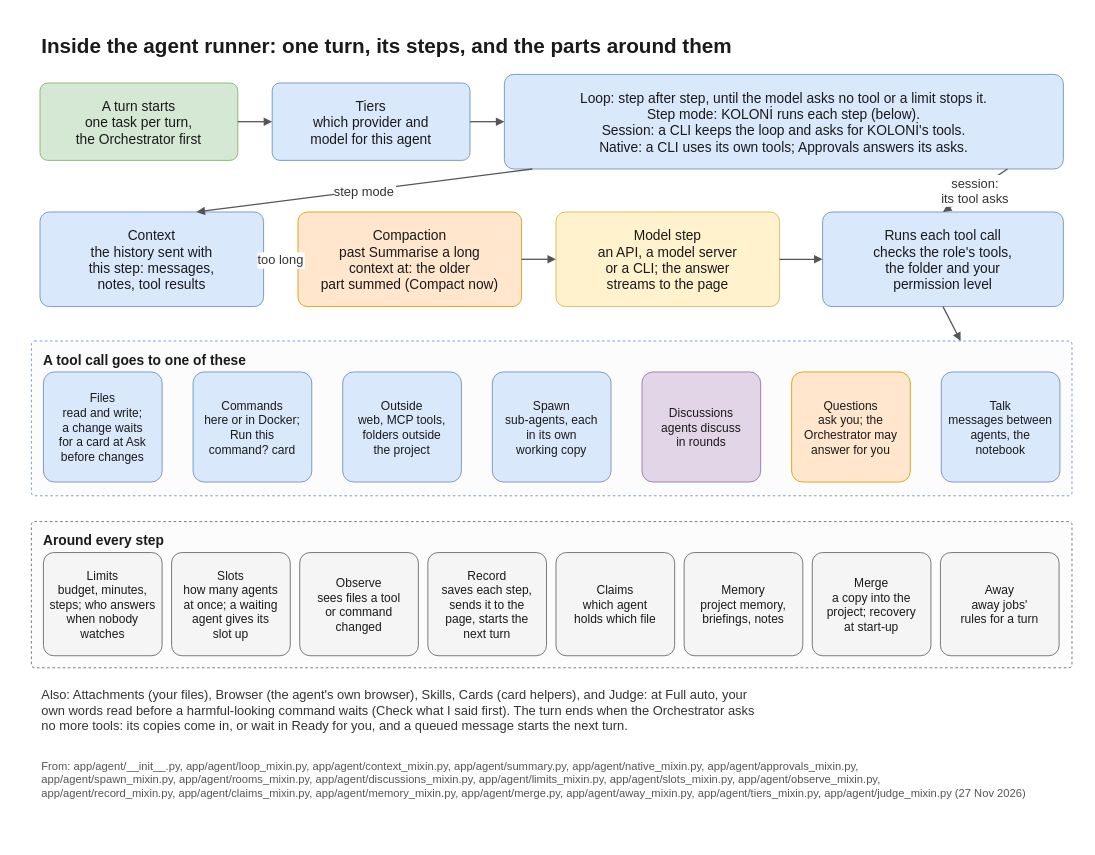
Above: docs/diagrams/runner.drawio in flyingriverhorse/Koloni (draw.io), before the change. Source tidied: cells renumbered, new cells numbered last; positions are measured from the earlier drawing's top-left corner, leaving out a move shared by most shapes. Both pictures are drawn from the tidied source at 86%, with x=0, y=0 at pixel (14, 14).
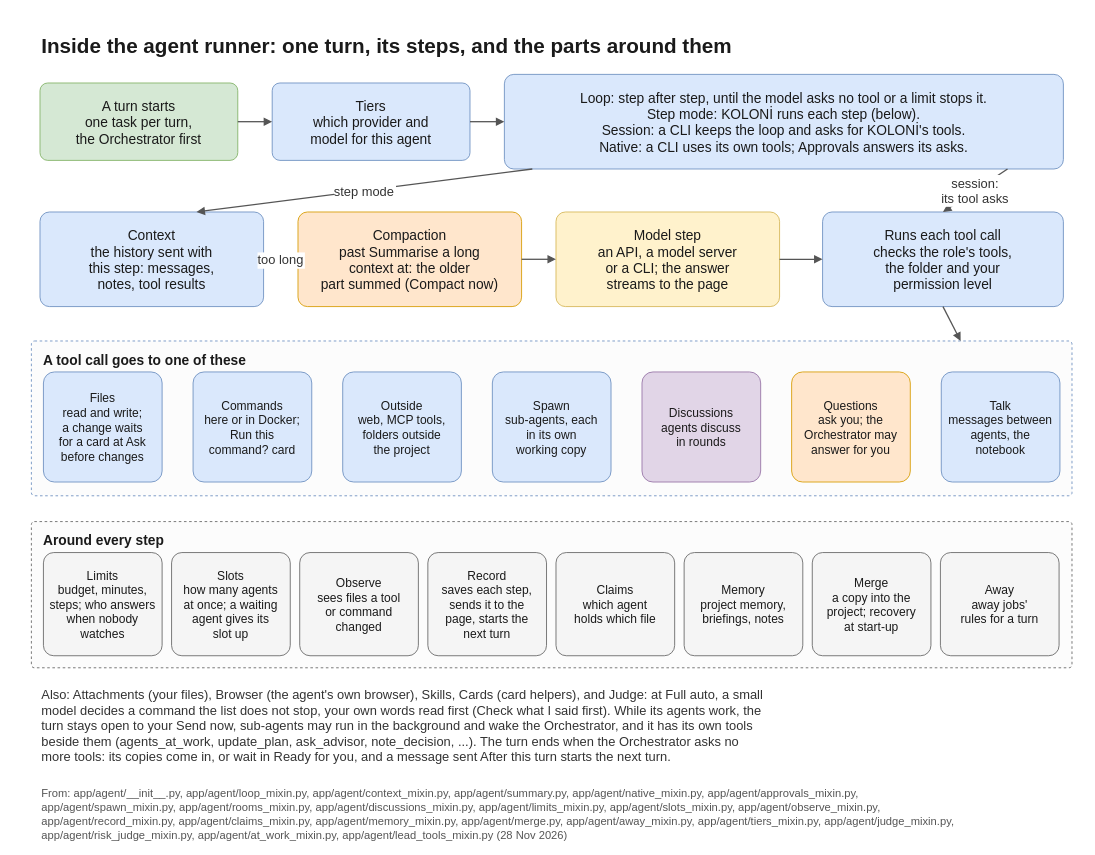
After the change.

What changed in the source:
```diff
@@
     <mxCell id="2" style="rounded=0;fillColor=#ffffff;strokeColor=none;" parent="1" vertex="1">
-      <mxGeometry width="1240" height="906" as="geometry" />
+      <mxGeometry width="1240" height="960" as="geometry" />
     </mxCell>
@@
-    <mxCell id="36" value="Also: Attachments (your files), Browser (the agent's own browser), Skills, Cards (card helpers), and Judge: at Full auto, your&#10;own words read before a harmful-looking command waits (Check what I said first). The turn ends when the Orchestrator asks&#10;no more tools: its copies come in, or wait in Ready for you, and a queued message starts the next turn." style="text;strokeColor=none;fillColor=none;fontFamily=Helvetica;fontColor=#333333;fontSize=15;align=left;verticalAlign=top;" parent="1" vertex="1">
-      <mxGeometry x="30" y="776" width="1190" height="66" as="geometry" />
+    <mxCell id="36" value="Also: Attachments (your files), Browser (the agent's own browser), Skills, Cards (card helpers), and Judge: at Full auto, a small&#10;model decides a command the list does not stop, your own words read first (Check what I said first). While its agents work, the&#10;turn stays open to your Send now, sub-agents may run in the background and wake the Orchestrator, and it has its own tools&#10;beside them (agents_at_work, update_plan, ask_advisor, note_decision, ...). The turn ends when the Orchestrator asks no&#10;more tools: its copies come in, or wait in Ready for you, and a message sent After this turn starts the next turn." style="text;strokeColor=none;fillColor=none;fontFamily=Helvetica;fontColor=#333333;fontSize=15;align=left;verticalAlign=top;" parent="1" vertex="1">
+      <mxGeometry x="30" y="776" width="1190" height="100" as="geometry" />
     </mxCell>
-    <mxCell id="37" value="From: app/agent/__init__.py, app/agent/loop_mixin.py, app/agent/context_mixin.py, app/agent/summary.py, app/agent/native_mixin.py, app/agent/approvals_mixin.py,&#10;app/agent/spawn_mixin.py, app/agent/rooms_mixin.py, app/agent/discussions_mixin.py, app/agent/limits_mixin.py, app/agent/slots_mixin.py, app/agent/observe_mixin.py,&#10;app/agent/record_mixin.py, app/agent/claims_mixin.py, app/agent/memory_mixin.py, app/agent/merge.py, app/agent/away_mixin.py, app/agent/tiers_mixin.py, app/agent/judge_mixin.py (27 Nov 2026)" style="text;strokeColor=none;fillColor=none;fontFamily=Helvetica;fontColor=#555555;fontSize=13;align=left;verticalAlign=top;" parent="1" vertex="1">
-      <mxGeometry x="30" y="860" width="1180" height="40" as="geometry" />
+    <mxCell id="37" value="From: app/agent/__init__.py, app/agent/loop_mixin.py, app/agent/context_mixin.py, app/agent/summary.py, app/agent/native_mixin.py, app/agent/approvals_mixin.py,&#10;app/agent/spawn_mixin.py, app/agent/rooms_mixin.py, app/agent/discussions_mixin.py, app/agent/limits_mixin.py, app/agent/slots_mixin.py, app/agent/observe_mixin.py,&#10;app/agent/record_mixin.py, app/agent/claims_mixin.py, app/agent/memory_mixin.py, app/agent/merge.py, app/agent/away_mixin.py, app/agent/tiers_mixin.py, app/agent/judge_mixin.py,&#10;app/agent/risk_judge_mixin.py, app/agent/at_work_mixin.py, app/agent/lead_tools_mixin.py (28 Nov 2026)" style="text;strokeColor=none;fillColor=none;fontFamily=Helvetica;fontColor=#555555;fontSize=13;align=left;verticalAlign=top;" parent="1" vertex="1">
+      <mxGeometry x="30" y="892" width="1180" height="60" as="geometry" />
     </mxCell>
```
